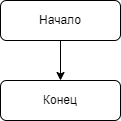
AlekseyDerevyannyh/03_SpecializationChoiceFinal keeps this draw.io diagram as Algorithm.drawio.png. Above is the earlier version. Source tidied: cells renumbered, new cells last; positions are measured from the earlier drawing's top-left corner, leaving out a move shared by most shapes.
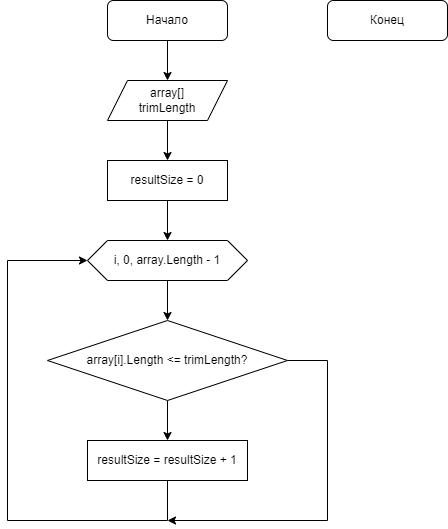
Above is the later version.

The edit, as a diff of the source:
```diff
@@ -2,14 +2,59 @@
   <root>
     <mxCell id="0" />
     <mxCell id="1" parent="0" />
-    <mxCell id="2" style="edgeStyle=none;html=1;" parent="1" edge="1" source="3" target="4">
-      <mxGeometry relative="1" as="geometry" />
-    </mxCell>
+    <mxCell id="5" style="edgeStyle=none;html=1;" parent="1" edge="1" source="3" target="2">
+      <mxGeometry relative="1" as="geometry" />
+    </mxCell>
     <mxCell id="3" value="Начало" style="rounded=1;whiteSpace=wrap;html=1;" parent="1" vertex="1">
-      <mxGeometry width="120" height="40" as="geometry" />
+      <mxGeometry x="180" width="120" height="40" as="geometry" />
     </mxCell>
     <mxCell id="4" value="Конец" style="rounded=1;whiteSpace=wrap;html=1;" parent="1" vertex="1">
-      <mxGeometry y="80" width="120" height="40" as="geometry" />
+      <mxGeometry x="400" width="120" height="40" as="geometry" />
     </mxCell>
+    <mxCell id="6" style="edgeStyle=none;html=1;" parent="1" edge="1" source="2" target="8">
+      <mxGeometry relative="1" as="geometry" />
+    </mxCell>
+    <mxCell id="2" value="array[]&lt;br&gt;trimLength" style="shape=parallelogram;perimeter=parallelogramPerimeter;whiteSpace=wrap;html=1;fixedSize=1;" parent="1" vertex="1">
+      <mxGeometry x="180" y="80" width="120" height="40" as="geometry" />
+    </mxCell>
+    <mxCell id="7" style="edgeStyle=none;html=1;" parent="1" edge="1" source="8" target="10">
+      <mxGeometry relative="1" as="geometry" />
+    </mxCell>
+    <mxCell id="8" value="resultSize = 0" style="rounded=0;whiteSpace=wrap;html=1;" parent="1" vertex="1">
+      <mxGeometry x="180" y="160" width="120" height="40" as="geometry" />
+    </mxCell>
+    <mxCell id="9" style="edgeStyle=none;html=1;" parent="1" edge="1" source="10" target="12">
+      <mxGeometry relative="1" as="geometry" />
+    </mxCell>
+    <mxCell id="10" value="i, 0, array.Length - 1" style="shape=hexagon;perimeter=hexagonPerimeter2;whiteSpace=wrap;html=1;fixedSize=1;" parent="1" vertex="1">
+      <mxGeometry x="160" y="240" width="160" height="40" as="geometry" />
+    </mxCell>
+    <mxCell id="11" style="edgeStyle=none;html=1;" parent="1" edge="1" source="12" target="14">
+      <mxGeometry relative="1" as="geometry" />
+    </mxCell>
+    <mxCell id="12" value="array[i].Length &amp;lt;= trimLength?" style="rhombus;whiteSpace=wrap;html=1;" parent="1" vertex="1">
+      <mxGeometry x="120" y="320" width="240" height="80" as="geometry" />
+    </mxCell>
+    <mxCell id="13" style="edgeStyle=none;html=1;exitX=1;exitY=0.5;exitDx=0;exitDy=0;rounded=0;" parent="1" edge="1" source="12">
+      <mxGeometry relative="1" as="geometry">
+        <mxPoint x="240" y="520" as="targetPoint" />
+        <Array as="points">
+          <mxPoint x="400" y="360" />
+          <mxPoint x="400" y="520" />
+        </Array>
+      </mxGeometry>
+    </mxCell>
+    <mxCell id="14" value="resultSize = resultSize + 1" style="rounded=0;whiteSpace=wrap;html=1;" parent="1" vertex="1">
+      <mxGeometry x="160" y="440" width="160" height="40" as="geometry" />
+    </mxCell>
+    <mxCell id="15" style="endArrow=classic;html=1;exitX=0.5;exitY=1;exitDx=0;exitDy=0;entryX=0;entryY=0.5;entryDx=0;entryDy=0;rounded=0;" parent="1" edge="1" source="14" target="10">
+      <mxGeometry relative="1" as="geometry">
+        <Array as="points">
+          <mxPoint x="240" y="520" />
+          <mxPoint x="80" y="520" />
+          <mxPoint x="80" y="260" />
+        </Array>
+      </mxGeometry>
+    </mxCell>
   </root>
 </mxGraphModel>
```
